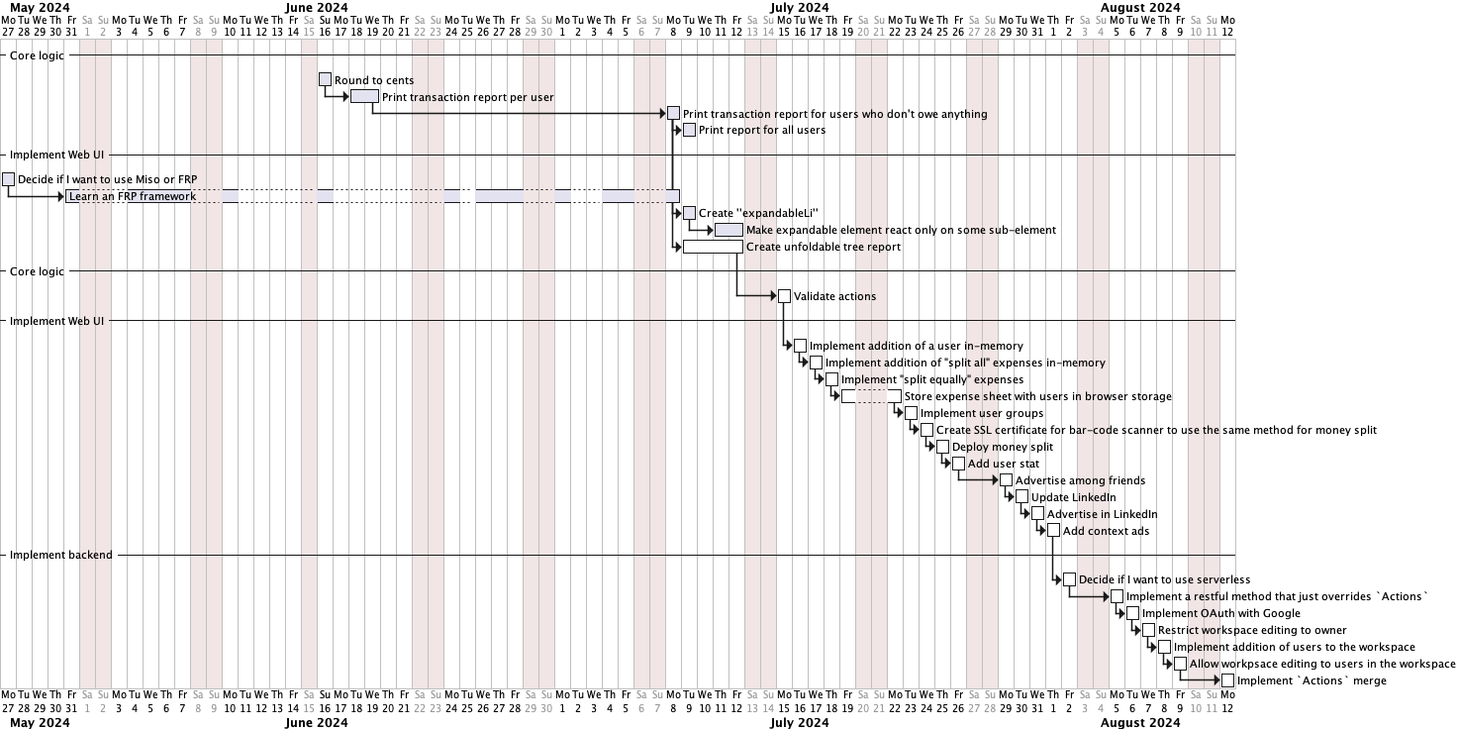
Earlier version of the PlantUML export plan.png (tellary/split).
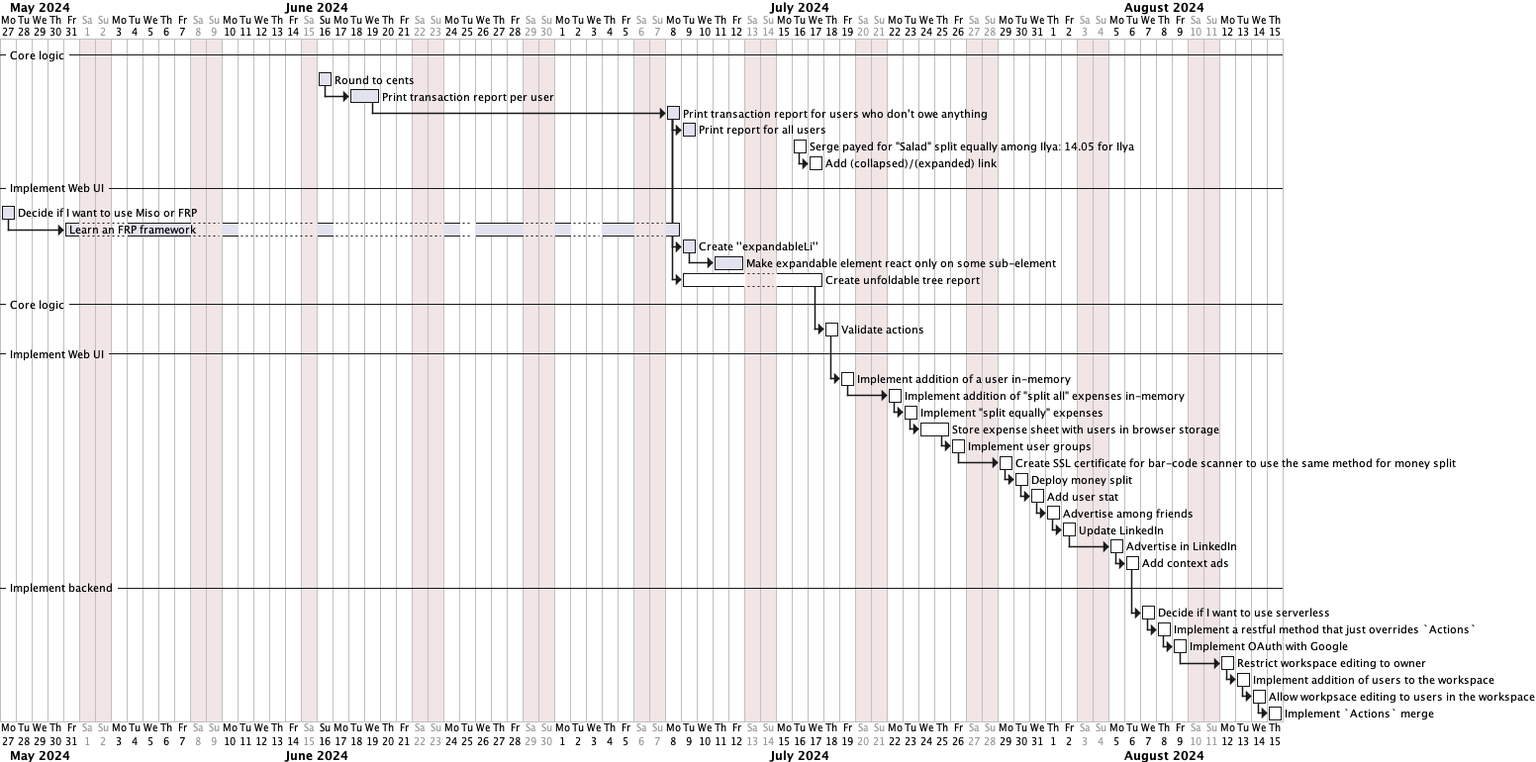
The same diagram one commit later.

Change to the diagram source:
```diff
@@ -10,7 +10,9 @@
 then [Print transaction report per user] starts at 2024-06-16 and requires 2 days.
 2024-06-16 is open
 then [Print transaction report for users who don't owe anything] starts at 2024-07-08
-then [Print report for all users] is 0% completed
+then [Print report for all users] requires 1 day
+[Serge payed for "Salad" split equally among Ilya: 14.05 for Ilya] is 0% completed and starts at 2024-07-16
+then [Add (collapsed)/(expanded) link] is 0% completed
 
 -- Implement Web UI --
 
@@ -33,13 +35,12 @@
 [Create ''expandableLi''] starts at [Print transaction report for users who don't owe anything]'s end
 then [Make expandable element react only on some sub-element] requires 2 days and starts on 2024-07-11
 [Create unfoldable tree report] is 0% completed and starts on 2024-07-09
-[Create unfoldable tree report] starts at [Print transaction report for users who don't owe anything]'s end and is 0% completed and requires 4 days
+[Create unfoldable tree report] starts at [Print transaction report for users who don't owe anything]'s end and is 0% completed and ends on 2024-07-17
 
 -- Core logic --
 
 [Validate actions] is 0% completed
 [Validate actions] starts at [Create unfoldable tree report]'s end
-
 -- Implement Web UI --
 
 [Implement addition of a user in-memory] starts at [Validate actions]'s end and is 0% completed
```
